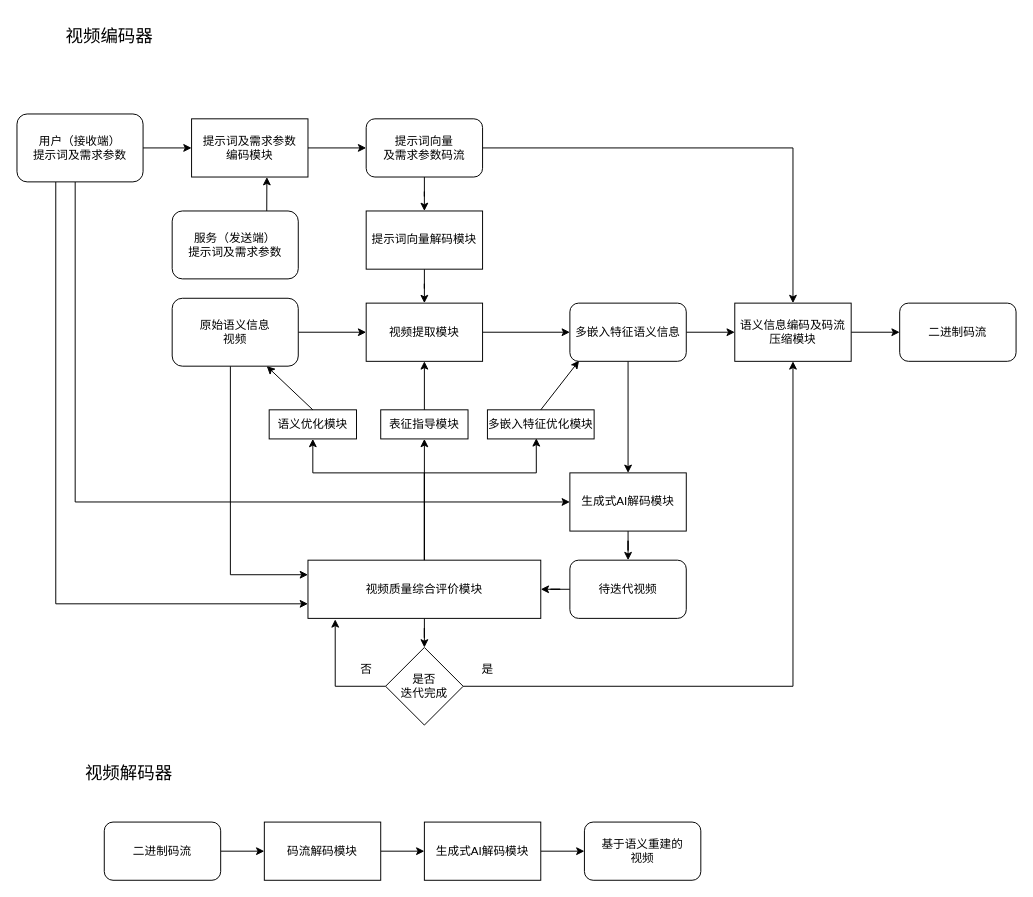
Before: 基于生成式AI的多路径多嵌入视频编码系统.drawio in hrf666666/FlowCharts, a draw.io diagram. Source tidied: cells renumbered, new cells numbered last; positions are measured from the earlier drawing's top-left corner, leaving out a move shared by most shapes. Both pictures are drawn from the tidied source at 97%, with x=0, y=0 at pixel (16, 16).
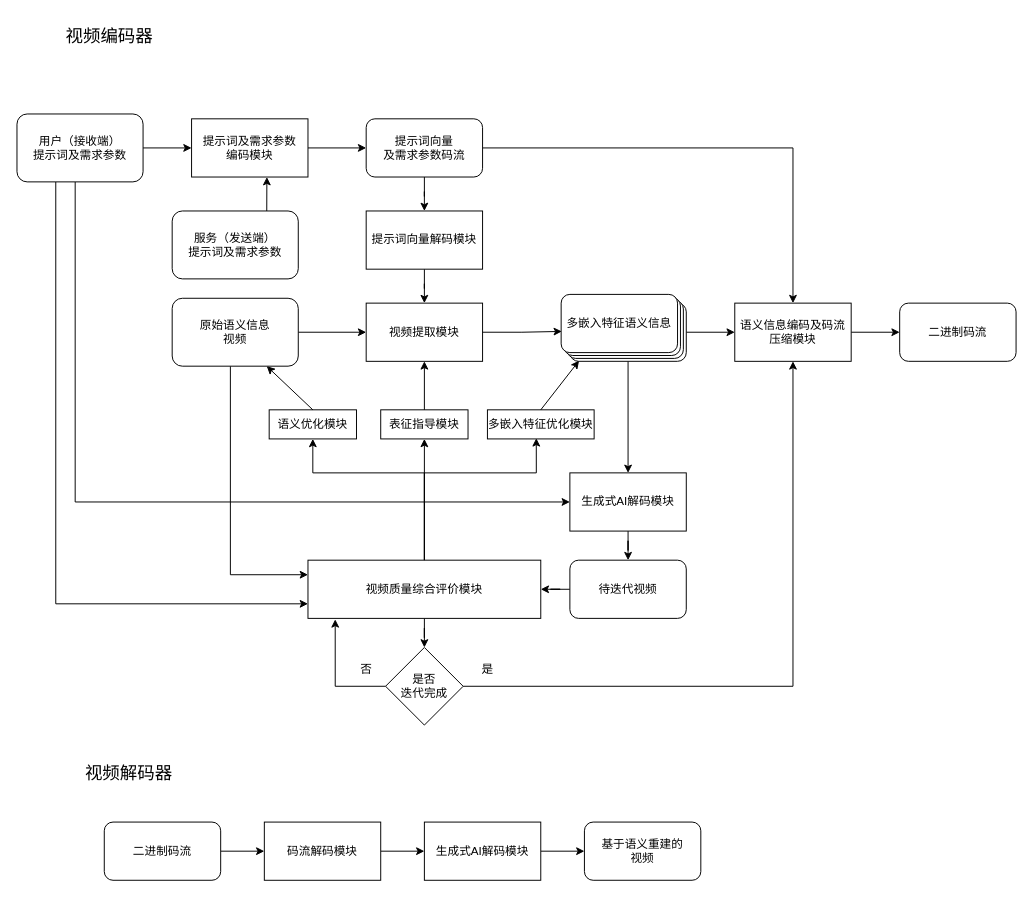
The same diagram, later.

Commit message:
更新基于生成式AI的多路径多嵌入视频编码系统.drawio

The change refers to these unchanged cells:
```xml
<mxCell id="6" value="视频提取模块" style="rounded=0;whiteSpace=wrap;html=1;" parent="1" vertex="1">
  <mxGeometry x="360" y="295" width="120" height="60" as="geometry" />
</mxCell>
```

What changed in the source:
```diff
@@
-    <mxCell id="5" style="edgeStyle=orthogonalEdgeStyle;rounded=0;jettySize=auto;html=1;entryX=0;entryY=0.5;entryDx=0;entryDy=0;" parent="1" edge="1" source="6" target="9">
-      <mxGeometry relative="1" as="geometry" />
-    </mxCell>
@@
-    <mxCell id="9" value="多嵌入特征语义信息" style="rounded=1;whiteSpace=wrap;html=1;" parent="1" vertex="1">
+    <mxCell id="9" style="rounded=1;whiteSpace=wrap;html=1;" parent="1" vertex="1">
       <mxGeometry x="570" y="295" width="120" height="60" as="geometry" />
     </mxCell>
@@
+    <mxCell id="55" style="rounded=1;whiteSpace=wrap;html=1;" parent="1" vertex="1">
+      <mxGeometry x="567" y="292" width="120" height="60" as="geometry" />
+    </mxCell>
+    <mxCell id="56" style="rounded=1;whiteSpace=wrap;html=1;" parent="1" vertex="1">
+      <mxGeometry x="564" y="289" width="120" height="60" as="geometry" />
+    </mxCell>
+    <mxCell id="57" value="多嵌入特征语义信息" style="rounded=1;whiteSpace=wrap;html=1;" parent="1" vertex="1">
+      <mxGeometry x="561" y="286" width="120" height="60" as="geometry" />
+    </mxCell>
+    <mxCell id="58" style="edgeStyle=orthogonalEdgeStyle;rounded=0;jettySize=auto;html=1;entryX=0.006;entryY=0.636;entryDx=0;entryDy=0;entryPerimeter=0;" parent="1" edge="1" source="6" target="57">
+      <mxGeometry relative="1" as="geometry" />
+    </mxCell>
```
